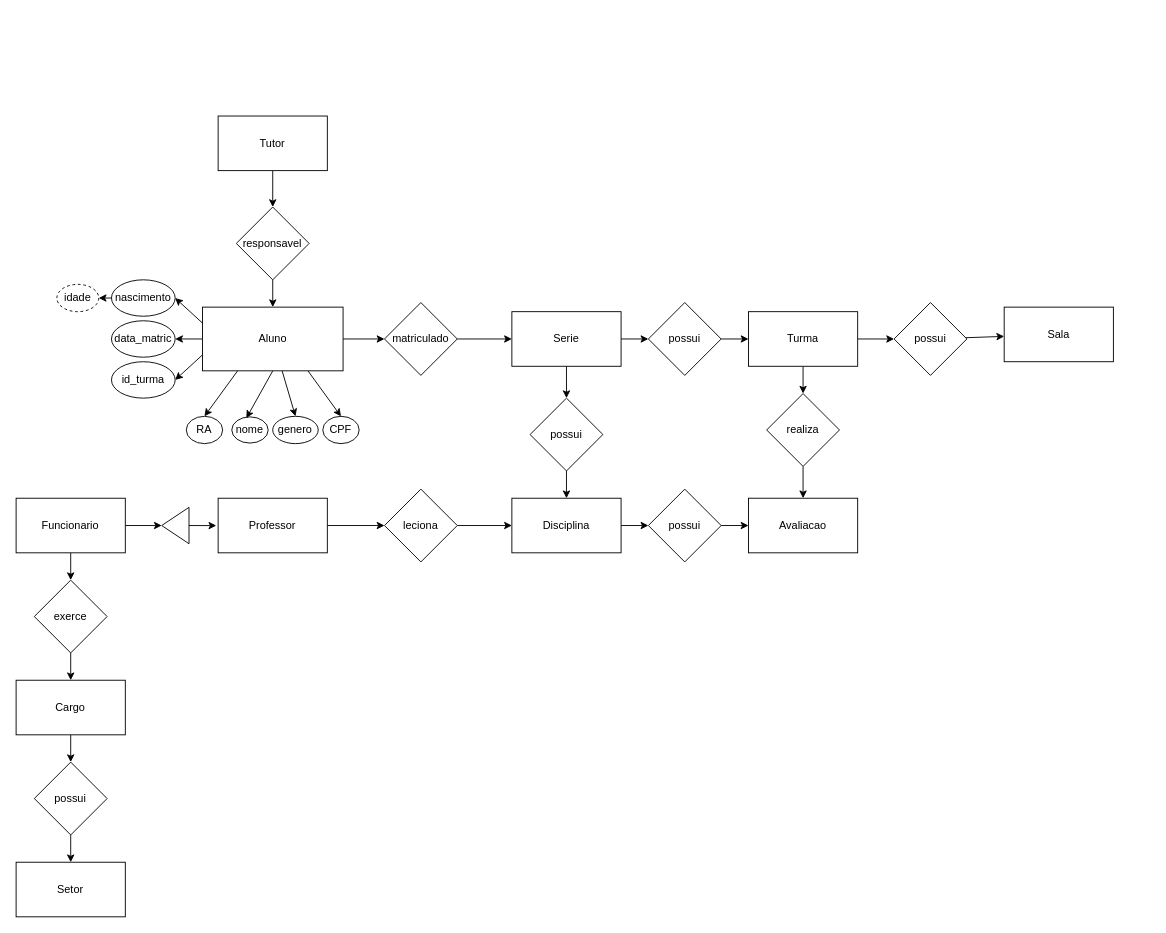
Before: Diagrama sem nome.drawio in camila-vieirao/mapeamento-objeto-relacional, a draw.io diagram. Source tidied: cells renumbered, new cells numbered last; positions are measured from the earlier drawing's top-left corner, leaving out a move shared by most shapes. Both pictures are drawn from the tidied source at 91%, with x=0, y=0 at pixel (15, 116).
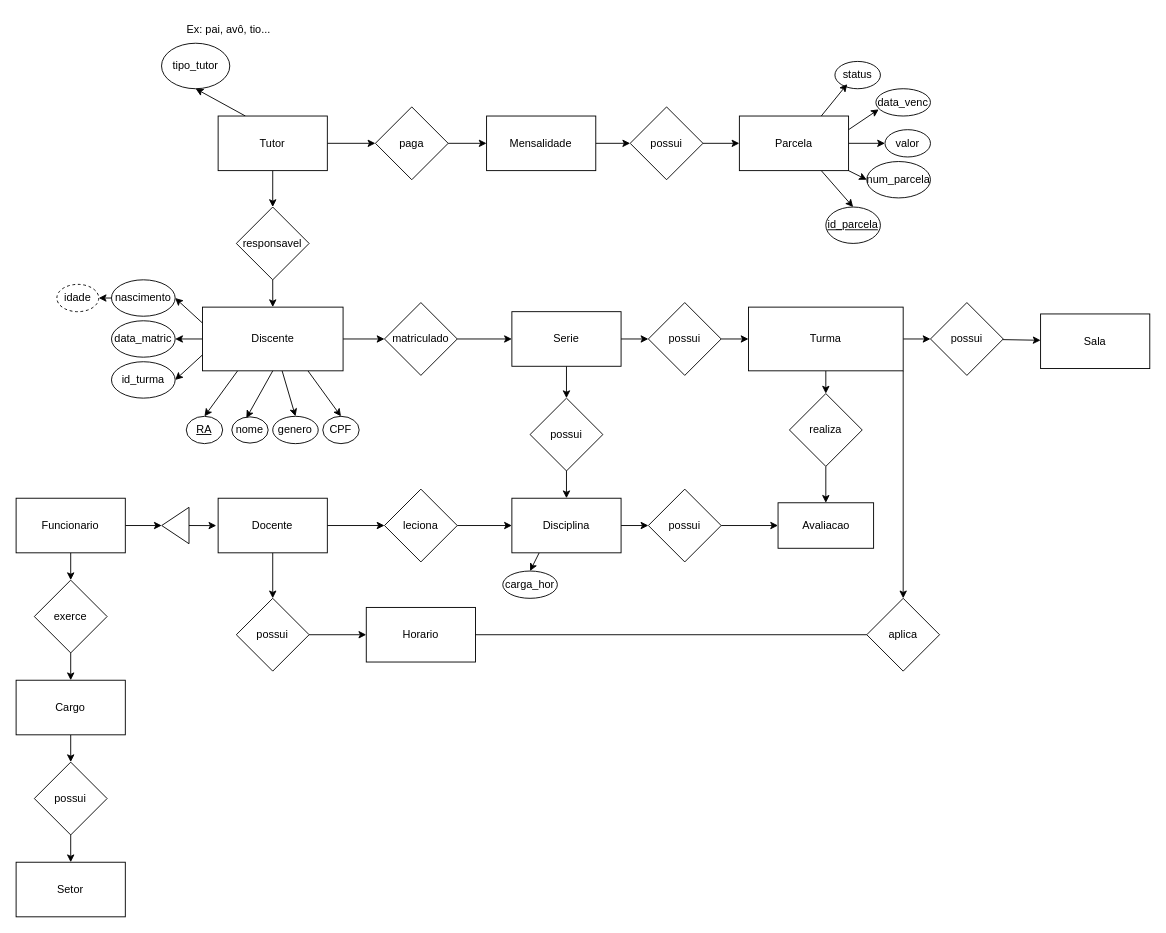
The same page after the edit.

Commit message:
feat: entidades adicionadas

The change refers to these unchanged cells:
```xml
<mxCell id="44" value="Tutor" style="rounded=0;whiteSpace=wrap;html=1;" parent="1" vertex="1">
  <mxGeometry x="222.2" width="120" height="60" as="geometry" />
</mxCell>
<mxCell id="57" value="Disciplina" style="whiteSpace=wrap;html=1;" parent="1" vertex="1">
  <mxGeometry x="545" y="420" width="120" height="60" as="geometry" />
</mxCell>
```

What changed in the source:
```diff
@@
-    <mxCell id="9" value="Aluno" style="rounded=0;whiteSpace=wrap;html=1;" parent="1" vertex="1">
+    <mxCell id="9" value="Discente" style="rounded=0;whiteSpace=wrap;html=1;" parent="1" vertex="1">
       <mxGeometry x="205" y="210" width="154.5" height="70" as="geometry" />
     </mxCell>
@@
-    <mxCell id="16" value="RA" style="ellipse;whiteSpace=wrap;html=1;" parent="1" vertex="1">
+    <mxCell id="16" value="&lt;u&gt;RA&lt;/u&gt;" style="ellipse;whiteSpace=wrap;html=1;" parent="1" vertex="1">
       <mxGeometry x="187.2" y="330" width="40" height="30" as="geometry" />
     </mxCell>
@@
+    <mxCell id="62" style="edgeStyle=none;rounded=0;jettySize=auto;html=1;exitX=1;exitY=1;exitDx=0;exitDy=0;entryX=0.5;entryY=0;entryDx=0;entryDy=0;" parent="1" edge="1" source="29" target="91">
+      <mxGeometry relative="1" as="geometry" />
+    </mxCell>
     <mxCell id="29" value="Turma" style="whiteSpace=wrap;html=1;" parent="1" vertex="1">
-      <mxGeometry x="805" y="215" width="120" height="60" as="geometry" />
+      <mxGeometry x="805" y="210" width="170" height="70" as="geometry" />
     </mxCell>
@@
     <mxCell id="31" value="possui" style="rhombus;whiteSpace=wrap;html=1;" parent="1" vertex="1">
-      <mxGeometry x="965" y="205" width="80" height="80" as="geometry" />
+      <mxGeometry x="1005" y="205" width="80" height="80" as="geometry" />
     </mxCell>
     <mxCell id="32" value="Sala" style="whiteSpace=wrap;html=1;" parent="1" vertex="1">
-      <mxGeometry x="1086" y="210" width="120" height="60" as="geometry" />
+      <mxGeometry x="1126" y="217.5" width="120" height="60" as="geometry" />
     </mxCell>
@@
+    <mxCell id="63" style="edgeStyle=none;rounded=0;jettySize=auto;html=1;" parent="1" edge="1" source="44" target="68">
+      <mxGeometry relative="1" as="geometry" />
+    </mxCell>
+    <mxCell id="64" style="edgeStyle=none;rounded=0;jettySize=auto;html=1;exitX=0.25;exitY=0;exitDx=0;exitDy=0;entryX=0.5;entryY=1;entryDx=0;entryDy=0;" parent="1" edge="1" source="44" target="84">
+      <mxGeometry relative="1" as="geometry" />
+    </mxCell>
@@
+    <mxCell id="65" style="edgeStyle=none;rounded=0;jettySize=auto;html=1;exitX=0.5;exitY=1;exitDx=0;exitDy=0;entryX=0.5;entryY=0;entryDx=0;entryDy=0;" parent="1" edge="1" source="50" target="89">
+      <mxGeometry relative="1" as="geometry" />
+    </mxCell>
-    <mxCell id="50" value="Professor" style="rounded=0;whiteSpace=wrap;html=1;" parent="1" vertex="1">
+    <mxCell id="50" value="Docente" style="rounded=0;whiteSpace=wrap;html=1;" parent="1" vertex="1">
       <mxGeometry x="222.2" y="420" width="120" height="60" as="geometry" />
     </mxCell>
@@
     <mxCell id="52" value="realiza" style="rhombus;whiteSpace=wrap;html=1;" parent="1" vertex="1">
-      <mxGeometry x="825" y="305" width="80" height="80" as="geometry" />
+      <mxGeometry x="850" y="305" width="80" height="80" as="geometry" />
     </mxCell>
     <mxCell id="53" value="Avaliacao" style="whiteSpace=wrap;html=1;" parent="1" vertex="1">
-      <mxGeometry x="805" y="420" width="120" height="60" as="geometry" />
+      <mxGeometry x="837.5" y="425" width="105" height="50" as="geometry" />
     </mxCell>
@@
+    <mxCell id="66" style="edgeStyle=none;rounded=0;jettySize=auto;html=1;exitX=0.25;exitY=1;exitDx=0;exitDy=0;entryX=0.5;entryY=0;entryDx=0;entryDy=0;" parent="1" edge="1" source="57" target="86">
+      <mxGeometry relative="1" as="geometry" />
+    </mxCell>
@@
+    <mxCell id="67" style="edgeStyle=none;rounded=0;jettySize=auto;html=1;" parent="1" edge="1" source="68" target="70">
+      <mxGeometry relative="1" as="geometry" />
+    </mxCell>
+    <mxCell id="68" value="paga" style="rhombus;whiteSpace=wrap;html=1;rounded=0;" parent="1" vertex="1">
+      <mxGeometry x="395" y="-10" width="80" height="80" as="geometry" />
+    </mxCell>
+    <mxCell id="69" style="edgeStyle=none;rounded=0;jettySize=auto;html=1;" parent="1" edge="1" source="70" target="72">
+      <mxGeometry relative="1" as="geometry" />
+    </mxCell>
+    <mxCell id="70" value="Mensalidade" style="whiteSpace=wrap;html=1;rounded=0;" parent="1" vertex="1">
+      <mxGeometry x="517.2" width="120" height="60" as="geometry" />
+    </mxCell>
+    <mxCell id="71" style="edgeStyle=none;rounded=0;jettySize=auto;html=1;" parent="1" edge="1" source="72" target="76">
+      <mxGeometry relative="1" as="geometry" />
+    </mxCell>
+    <mxCell id="72" value="possui" style="rhombus;whiteSpace=wrap;html=1;rounded=0;" parent="1" vertex="1">
+      <mxGeometry x="675" y="-10" width="80" height="80" as="geometry" />
+    </mxCell>
+    <mxCell id="73" style="edgeStyle=none;rounded=0;jettySize=auto;html=1;exitX=1;exitY=0.5;exitDx=0;exitDy=0;entryX=0;entryY=0.5;entryDx=0;entryDy=0;" parent="1" edge="1" source="76" target="77">
+      <mxGeometry relative="1" as="geometry" />
+    </mxCell>
+    <mxCell id="74" style="edgeStyle=none;rounded=0;jettySize=auto;html=1;exitX=1;exitY=1;exitDx=0;exitDy=0;entryX=0;entryY=0.5;entryDx=0;entryDy=0;" parent="1" edge="1" source="76" target="78">
+      <mxGeometry relative="1" as="geometry" />
+    </mxCell>
+    <mxCell id="75" style="edgeStyle=none;rounded=0;jettySize=auto;html=1;exitX=0.75;exitY=1;exitDx=0;exitDy=0;entryX=0.5;entryY=0;entryDx=0;entryDy=0;" parent="1" edge="1" source="76" target="83">
+      <mxGeometry relative="1" as="geometry" />
+    </mxCell>
+    <mxCell id="76" value="Parcela" style="whiteSpace=wrap;html=1;rounded=0;" parent="1" vertex="1">
+      <mxGeometry x="795" width="120" height="60" as="geometry" />
+    </mxCell>
+    <mxCell id="77" value="valor" style="ellipse;whiteSpace=wrap;html=1;" parent="1" vertex="1">
+      <mxGeometry x="955" y="15" width="50" height="30" as="geometry" />
+    </mxCell>
+    <mxCell id="78" value="num_parcela" style="ellipse;whiteSpace=wrap;html=1;" parent="1" vertex="1">
+      <mxGeometry x="935" y="50" width="70" height="40" as="geometry" />
+    </mxCell>
+    <mxCell id="79" value="data_venc" style="ellipse;whiteSpace=wrap;html=1;" parent="1" vertex="1">
+      <mxGeometry x="945" y="-30" width="60" height="30" as="geometry" />
+    </mxCell>
+    <mxCell id="80" value="status" style="ellipse;whiteSpace=wrap;html=1;" parent="1" vertex="1">
+      <mxGeometry x="900" y="-60" width="50" height="30" as="geometry" />
+    </mxCell>
+    <mxCell id="81" style="edgeStyle=none;rounded=0;jettySize=auto;html=1;exitX=0.75;exitY=0;exitDx=0;exitDy=0;entryX=0.27;entryY=0.83;entryDx=0;entryDy=0;entryPerimeter=0;" parent="1" edge="1" source="76" target="80">
+      <mxGeometry relative="1" as="geometry" />
+    </mxCell>
+    <mxCell id="82" style="edgeStyle=none;rounded=0;jettySize=auto;html=1;exitX=1;exitY=0.25;exitDx=0;exitDy=0;entryX=0.052;entryY=0.756;entryDx=0;entryDy=0;entryPerimeter=0;" parent="1" edge="1" source="76" target="79">
+      <mxGeometry relative="1" as="geometry" />
+    </mxCell>
+    <mxCell id="83" value="&lt;u&gt;id_parcela&lt;/u&gt;" style="ellipse;whiteSpace=wrap;html=1;" parent="1" vertex="1">
+      <mxGeometry x="890" y="100" width="60" height="40" as="geometry" />
+    </mxCell>
+    <mxCell id="84" value="tipo_tutor" style="ellipse;whiteSpace=wrap;html=1;" parent="1" vertex="1">
+      <mxGeometry x="160" y="-80" width="75" height="50" as="geometry" />
+    </mxCell>
+    <mxCell id="85" value="Ex: pai, avô, tio..." style="text;html=1;align=center;verticalAlign=middle;whiteSpace=wrap;rounded=0;" parent="1" vertex="1">
+      <mxGeometry x="184.5" y="-110" width="97.8" height="30" as="geometry" />
+    </mxCell>
+    <mxCell id="86" value="carga_hor" style="ellipse;whiteSpace=wrap;html=1;" parent="1" vertex="1">
+      <mxGeometry x="535" y="500" width="60" height="30" as="geometry" />
+    </mxCell>
+    <mxCell id="87" value="Horario" style="rounded=0;whiteSpace=wrap;html=1;" parent="1" vertex="1">
+      <mxGeometry x="385" y="540" width="120" height="60" as="geometry" />
+    </mxCell>
+    <mxCell id="88" style="edgeStyle=none;rounded=0;jettySize=auto;html=1;exitX=1;exitY=0.5;exitDx=0;exitDy=0;entryX=0;entryY=0.5;entryDx=0;entryDy=0;" parent="1" edge="1" source="89" target="87">
+      <mxGeometry relative="1" as="geometry" />
+    </mxCell>
+    <mxCell id="89" value="possui" style="rhombus;whiteSpace=wrap;html=1;" parent="1" vertex="1">
+      <mxGeometry x="242.2" y="530" width="80" height="80" as="geometry" />
+    </mxCell>
+    <mxCell id="90" style="edgeStyle=none;rounded=0;jettySize=auto;html=1;exitX=0;exitY=0.5;exitDx=0;exitDy=0;entryX=1;entryY=0.5;entryDx=0;entryDy=0;endArrow=none;endFill=0;" parent="1" edge="1" source="91" target="87">
+      <mxGeometry relative="1" as="geometry" />
+    </mxCell>
+    <mxCell id="91" value="aplica" style="rhombus;whiteSpace=wrap;html=1;" parent="1" vertex="1">
+      <mxGeometry x="935" y="530" width="80" height="80" as="geometry" />
+    </mxCell>
```
